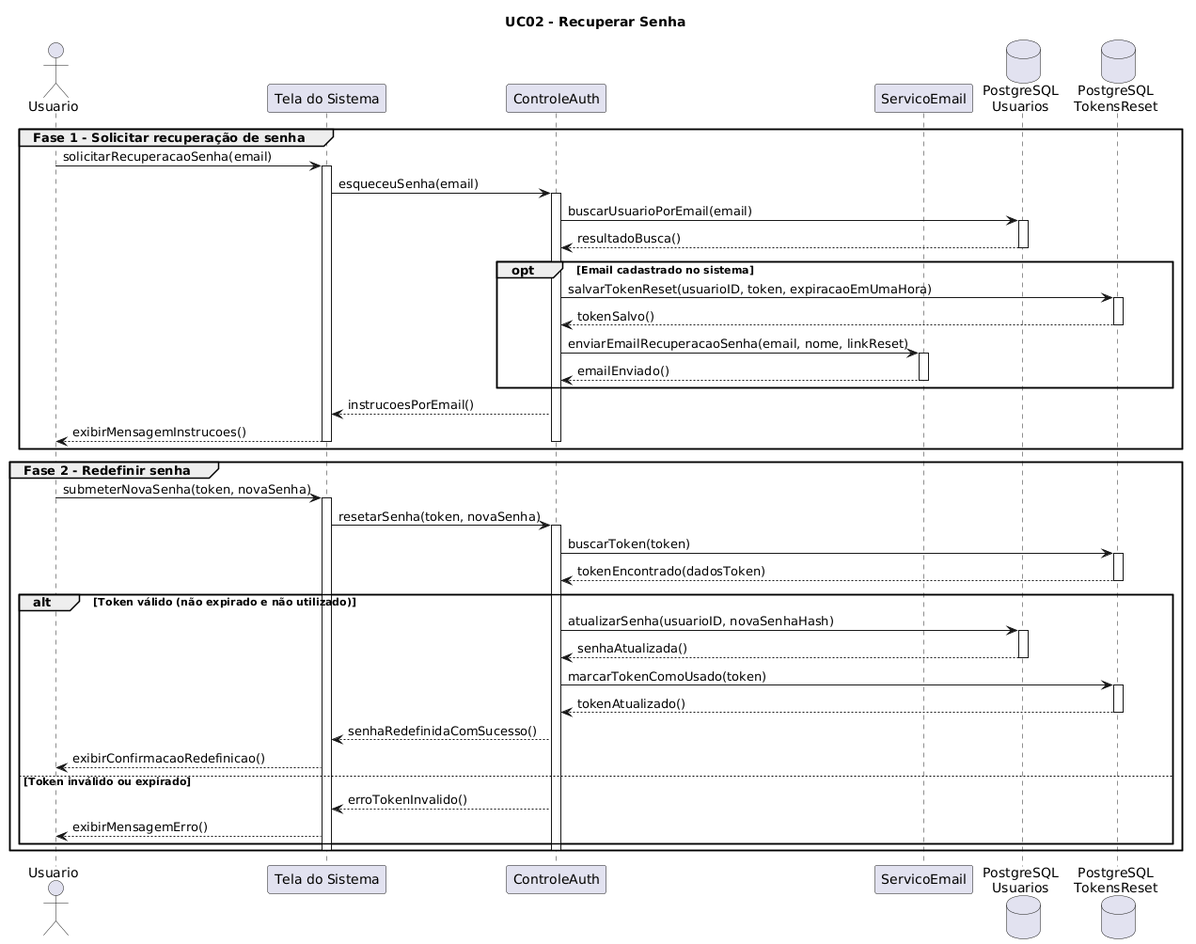
Earlier version of the PlantUML export docs/diagrams/sequence-diagram/images/uc-02.png (arturbomtempo-dev/lumen-coin).
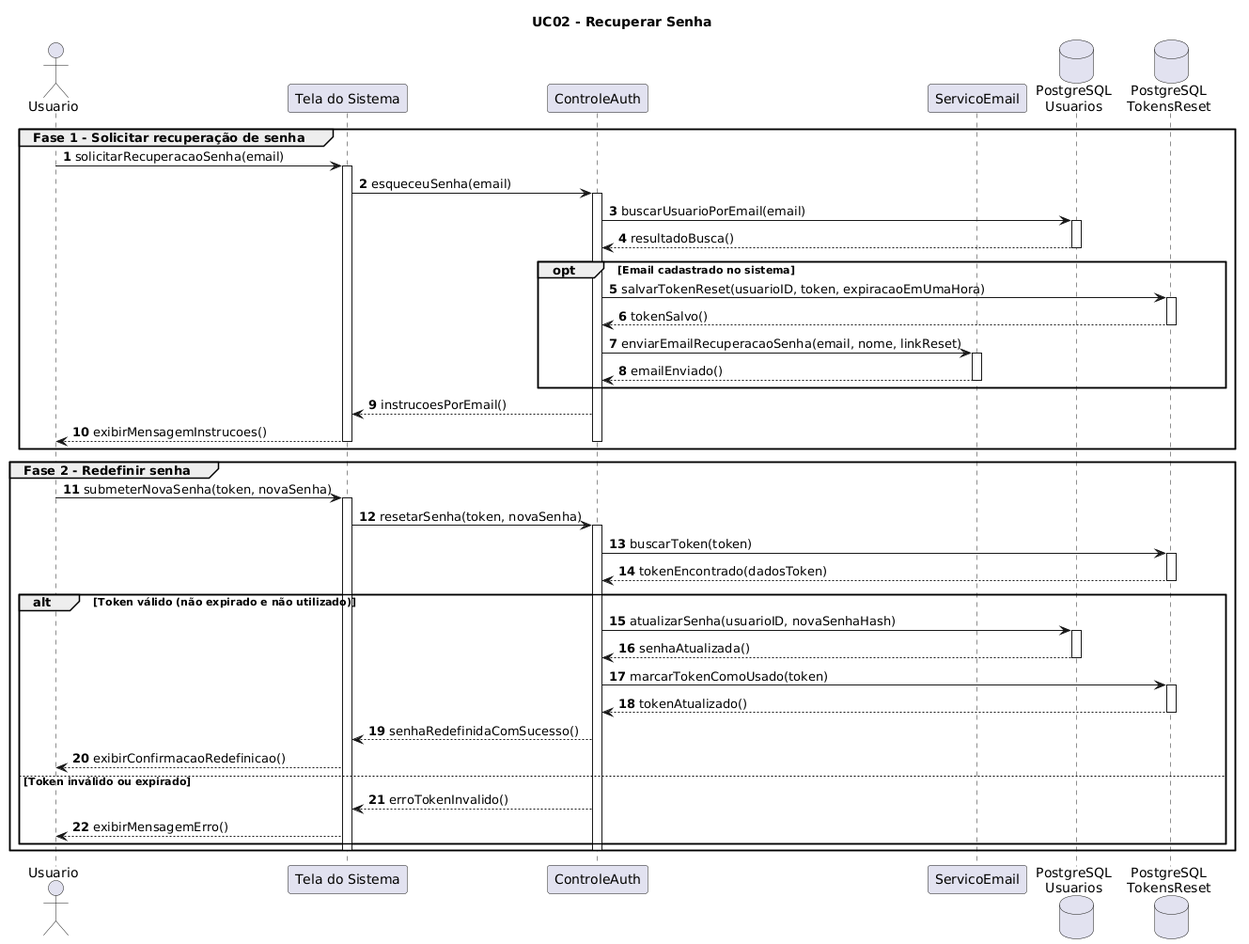
Above is the later version.

The edit, as a diff of the source:
```diff
@@ -1,4 +1,6 @@
 @startuml
+autonumber
+
 title UC02 - Recuperar Senha
 
 actor Usuario as U
```
